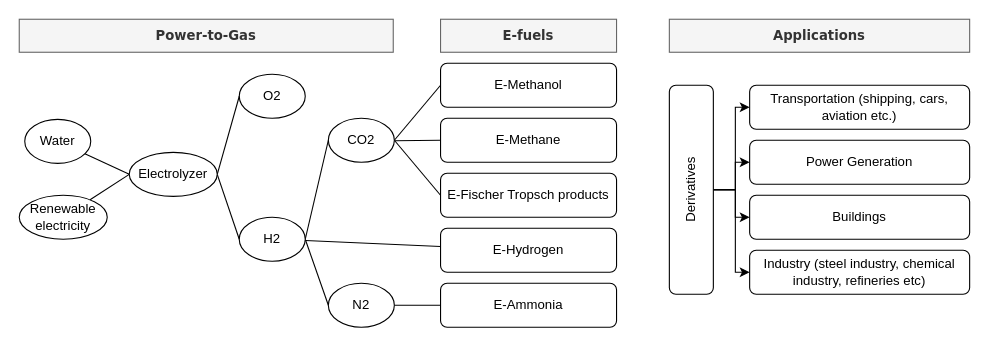
The draw.io diagram PTX.drawio in giooms/RREH_thesis, before the edit. Source tidied: cells renumbered, new cells numbered last; positions are measured from the earlier drawing's top-left corner, leaving out a move shared by most shapes. Both pictures are drawn from the tidied source at 110%, with x=0, y=0 at pixel (19, 19).
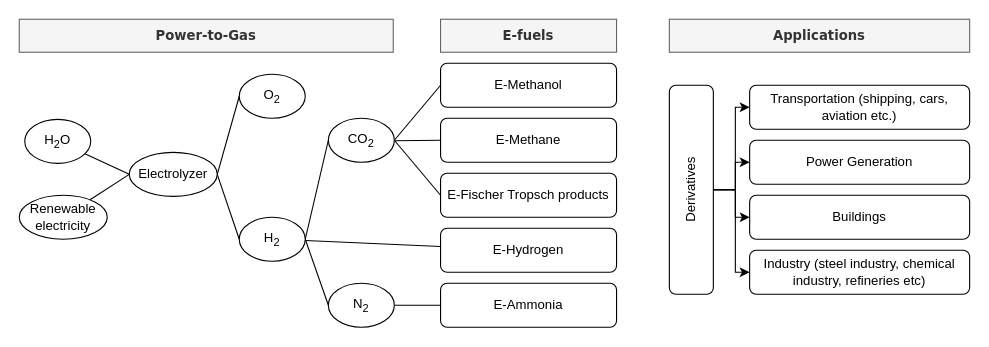
After the change.

What changed in the source:
```diff
@@
-    <mxCell id="8" value="Water" style="ellipse;whiteSpace=wrap;html=1;" parent="1" vertex="1">
+    <mxCell id="8" value="H&lt;sub&gt;2&lt;/sub&gt;O" style="ellipse;whiteSpace=wrap;html=1;" parent="1" vertex="1">
       <mxGeometry x="5" y="91" width="60" height="40" as="geometry" />
     </mxCell>
@@
-    <mxCell id="12" value="CO2" style="ellipse;whiteSpace=wrap;html=1;" parent="1" vertex="1">
+    <mxCell id="12" value="CO&lt;sub&gt;2&lt;/sub&gt;" style="ellipse;whiteSpace=wrap;html=1;" parent="1" vertex="1">
       <mxGeometry x="281" y="90" width="60" height="40" as="geometry" />
     </mxCell>
-    <mxCell id="13" value="O2" style="ellipse;whiteSpace=wrap;html=1;" parent="1" vertex="1">
+    <mxCell id="13" value="O&lt;sub&gt;2&lt;/sub&gt;" style="ellipse;whiteSpace=wrap;html=1;" parent="1" vertex="1">
       <mxGeometry x="200" y="50" width="60" height="40" as="geometry" />
     </mxCell>
@@
-    <mxCell id="17" value="H2" style="ellipse;whiteSpace=wrap;html=1;" parent="1" vertex="1">
+    <mxCell id="17" value="H&lt;sub&gt;2&lt;/sub&gt;" style="ellipse;whiteSpace=wrap;html=1;" parent="1" vertex="1">
       <mxGeometry x="200" y="180" width="60" height="40" as="geometry" />
     </mxCell>
@@
-    <mxCell id="19" value="N2" style="ellipse;whiteSpace=wrap;html=1;" parent="1" vertex="1">
+    <mxCell id="19" value="N&lt;sub&gt;2&lt;/sub&gt;" style="ellipse;whiteSpace=wrap;html=1;" parent="1" vertex="1">
       <mxGeometry x="281" y="240" width="60" height="40" as="geometry" />
     </mxCell>
```
